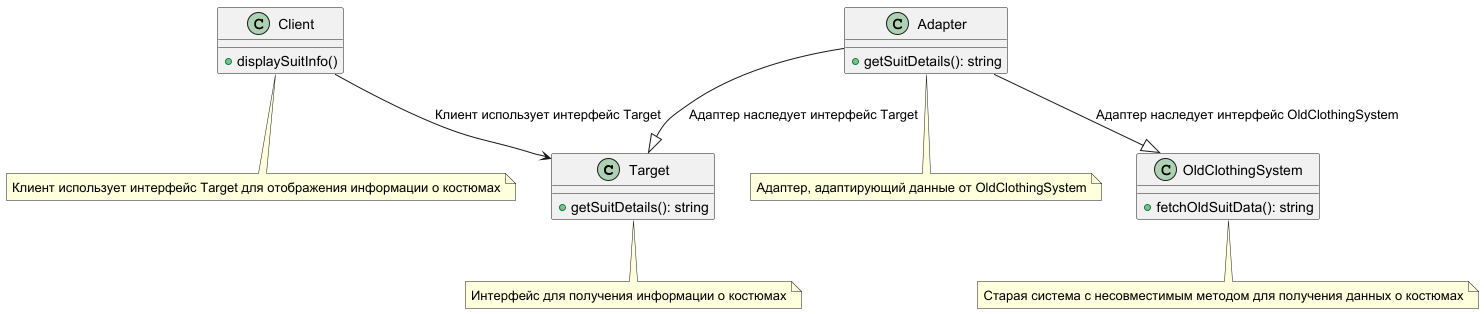
smetaniny/design-patterns keeps this PlantUML diagram as StructuralPatterns/Adapter/ClassAdapter/uml.png. Above is the earlier version. Its diagram source:
```plantuml
@startuml
class Target {
    +getSuitDetails(): string
}
    note bottom of Target
    Интерфейс для получения информации о костюмах
end note


class Client {
    +displaySuitInfo()
}
note bottom of Client
Клиент использует интерфейс Target для отображения информации о костюмах
end note

class OldClothingSystem {
    +fetchOldSuitData(): string
}
note bottom of OldClothingSystem
Старая система с несовместимым методом для получения данных о костюмах
end note

class Adapter {
    +getSuitDetails(): string
}
note bottom of Adapter
Адаптер, адаптирующий данные от OldClothingSystem
end note

Client --> Target : Клиент использует интерфейс Target
Adapter --|> Target : Адаптер наследует интерфейс Target
Adapter --|> OldClothingSystem : Адаптер наследует интерфейс OldClothingSystem

@enduml
```
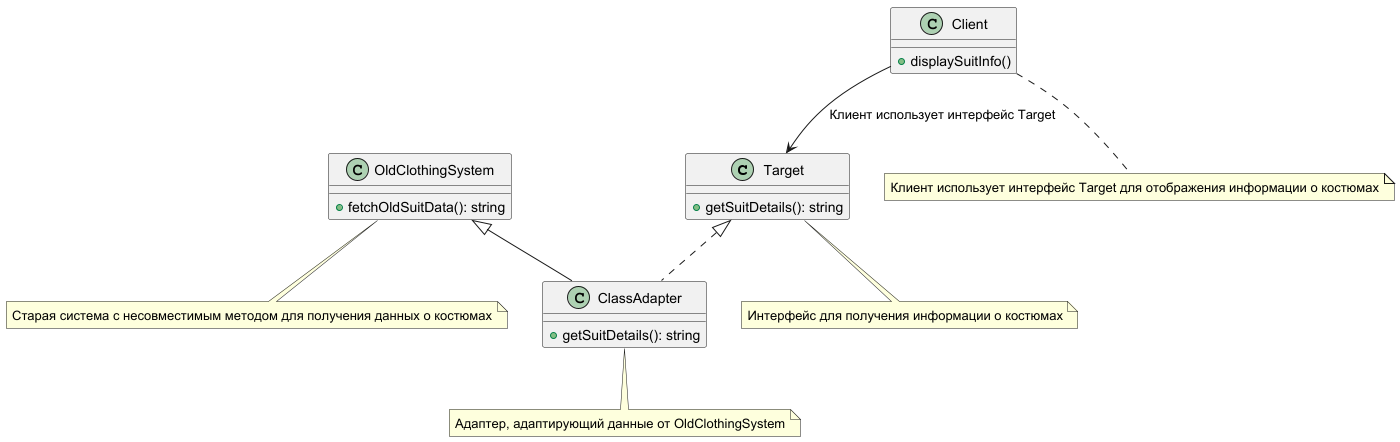
After the commit.

Change to the diagram source:
```diff
@@ -21,15 +21,13 @@
 Старая система с несовместимым методом для получения данных о костюмах
 end note
 
-class Adapter {
+class ClassAdapter extends OldClothingSystem implements Target {
     +getSuitDetails(): string
 }
-note bottom of Adapter
+note bottom of ClassAdapter
 Адаптер, адаптирующий данные от OldClothingSystem
 end note
 
 Client --> Target : Клиент использует интерфейс Target
-Adapter --|> Target : Адаптер наследует интерфейс Target
-Adapter --|> OldClothingSystem : Адаптер наследует интерфейс OldClothingSystem
 
 @enduml
```
